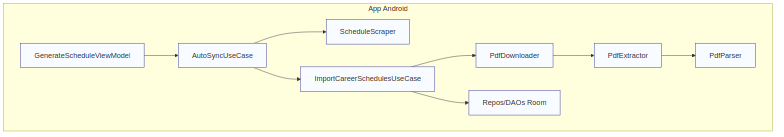
smith-3/Taller-Grado-II keeps this Mermaid diagram as images/diagrams/cap4_c4_3_component_f1.png. Above is the earlier version. Its source is kept beside it as images/diagrams/cap4_c4_3_component_f1.mmd. Its diagram source:
```mermaid
flowchart TB
    subgraph App Android
      vm[GenerateScheduleViewModel]:::component
      sync[AutoSyncUseCase]:::component
      scraper[ScheduleScraper]:::component
      dl[PdfDownloader]:::component
      ex[PdfExtractor]:::component
      parser[PdfParser]:::component
      importUc[ImportCareerSchedulesUseCase]:::component
      repos[Repos/DAOs Room]:::component
    end

    vm --> sync
    sync --> scraper
    sync --> importUc
    importUc --> dl
    dl --> ex
    ex --> parser
    importUc --> repos

    classDef component fill:#f8fbff,stroke:#339
```
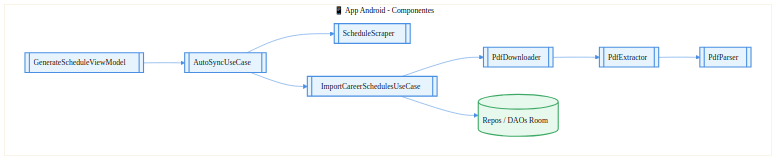
Later version of the same file.

What changed in the source:
```diff
@@ -1,13 +1,22 @@
+%%{init: {
+  "theme": "base",
+  "themeVariables": {
+    "fontSize": "14px",
+    "fontFamily": "Arial, sans-serif",
+    "lineColor": "#4A90E2"
+  }
+}}%%
 flowchart TB
-    subgraph App Android
-      vm[GenerateScheduleViewModel]:::component
-      sync[AutoSyncUseCase]:::component
-      scraper[ScheduleScraper]:::component
-      dl[PdfDownloader]:::component
-      ex[PdfExtractor]:::component
-      parser[PdfParser]:::component
-      importUc[ImportCareerSchedulesUseCase]:::component
-      repos[Repos/DAOs Room]:::component
+
+    subgraph App["📱 App Android - Componentes"]
+        vm[[GenerateScheduleViewModel]]:::component
+        sync[[AutoSyncUseCase]]:::component
+        scraper[[ScheduleScraper]]:::component
+        dl[[PdfDownloader]]:::component
+        ex[[PdfExtractor]]:::component
+        parser[[PdfParser]]:::component
+        importUc[[ImportCareerSchedulesUseCase]]:::component
+        repos[(Repos / DAOs Room)]:::database
     end
 
     vm --> sync
@@ -18,4 +27,5 @@
     ex --> parser
     importUc --> repos
 
-    classDef component fill:#f8fbff,stroke:#339
+    classDef component fill:#E8F4FD,stroke:#4A90E2,stroke-width:2px,rx:6,ry:6;
+    classDef database fill:#E7F8ED,stroke:#3FAA66,stroke-width:2px;
```
